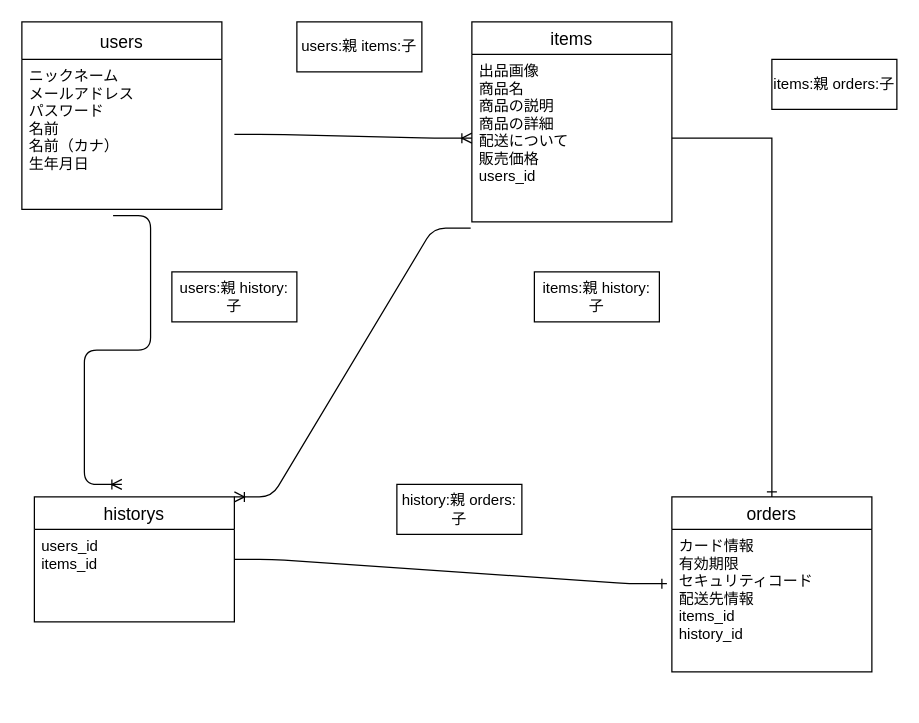
This is test.dio from KamiyamaShun/furima-33941, a draw.io file, before an edit. Source tidied: cells renumbered, new cells numbered last; positions are measured from the earlier drawing's top-left corner, leaving out a move shared by most shapes. Both pictures are drawn from the tidied source at 125%, with x=0, y=0 at pixel (21, 21).
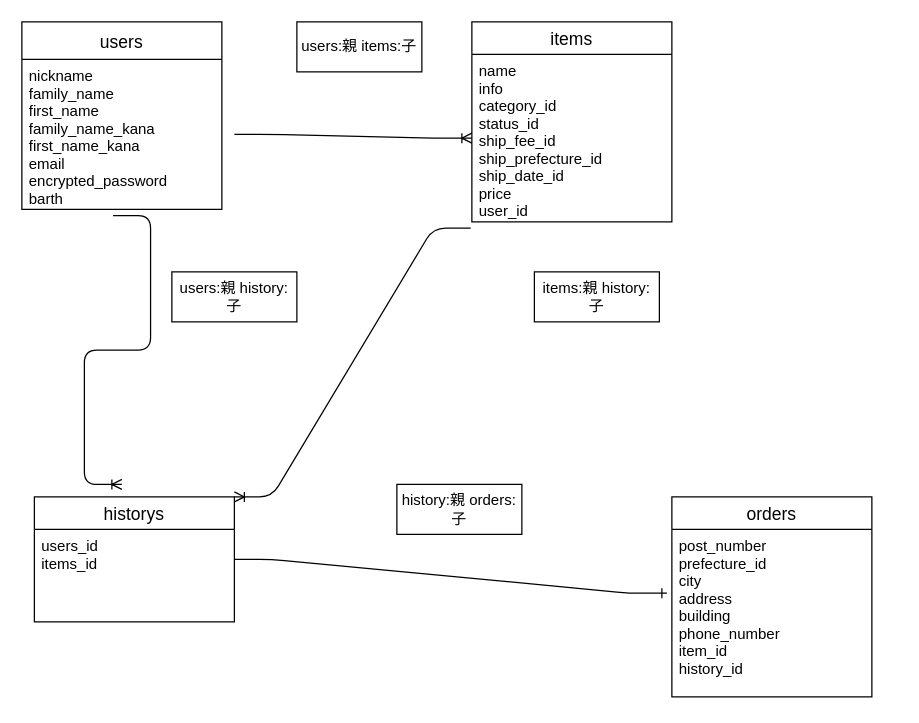
The same page after the edit.

The change refers to these unchanged cells:
```xml
<mxCell id="3" value="items" style="swimlane;fontStyle=0;horizontal=1;startSize=26;align=center;fontSize=14;" parent="1" vertex="1">
  <mxGeometry x="360" width="160" height="160" as="geometry" />
</mxCell>
```

The edit, as a diff of the source:
```diff
@@
-    <mxCell id="4" value="出品画像&#10;商品名&#10;商品の説明&#10;商品の詳細&#10;配送について&#10;販売価格&#10;users_id" style="text;strokeColor=none;fillColor=none;spacingLeft=4;spacingRight=4;overflow=hidden;points=[[0,0.5],[1,0.5]];portConstraint=eastwest;fontSize=12;" parent="3" vertex="1">
+    <mxCell id="4" value="name&#10;info&#10;category_id&#10;status_id&#10;ship_fee_id&#10;ship_prefecture_id&#10;ship_date_id&#10;price&#10;user_id" style="text;strokeColor=none;fillColor=none;spacingLeft=4;spacingRight=4;overflow=hidden;points=[[0,0.5],[1,0.5]];portConstraint=eastwest;fontSize=12;" parent="3" vertex="1">
       <mxGeometry y="26" width="160" height="134" as="geometry" />
     </mxCell>
     <mxCell id="5" value="orders" style="swimlane;fontStyle=0;horizontal=1;startSize=26;align=center;fontSize=14;" parent="1" vertex="1">
-      <mxGeometry x="520" y="380" width="160" height="140" as="geometry" />
+      <mxGeometry x="520" y="380" width="160" height="160" as="geometry" />
     </mxCell>
-    <mxCell id="6" value="カード情報&#10;有効期限&#10;セキュリティコード&#10;配送先情報&#10;items_id&#10;history_id&#10;&#10;" style="text;strokeColor=none;fillColor=none;spacingLeft=4;spacingRight=4;overflow=hidden;points=[[0,0.5],[1,0.5]];portConstraint=eastwest;fontSize=12;" parent="5" vertex="1">
-      <mxGeometry y="26" width="160" height="114" as="geometry" />
+    <mxCell id="6" value="post_number&#10;prefecture_id&#10;city&#10;address&#10;building&#10;phone_number&#10;item_id&#10;history_id" style="text;strokeColor=none;fillColor=none;spacingLeft=4;spacingRight=4;overflow=hidden;points=[[0,0.5],[1,0.5]];portConstraint=eastwest;fontSize=12;" parent="5" vertex="1">
+      <mxGeometry y="26" width="160" height="134" as="geometry" />
     </mxCell>
-    <mxCell id="7" value="ニックネーム&#10;メールアドレス&#10;パスワード&#10;名前&#10;名前（カナ）&#10;生年月日&#10;" style="text;strokeColor=none;fillColor=none;spacingLeft=4;spacingRight=4;overflow=hidden;points=[[0,0.5],[1,0.5]];portConstraint=eastwest;fontSize=12;" parent="1" vertex="1">
+    <mxCell id="7" value="nickname&#10;family_name&#10;first_name&#10;family_name_kana&#10;first_name_kana&#10;email&#10;encrypted_password&#10;barth" style="text;strokeColor=none;fillColor=none;spacingLeft=4;spacingRight=4;overflow=hidden;points=[[0,0.5],[1,0.5]];portConstraint=eastwest;fontSize=12;" parent="1" vertex="1">
       <mxGeometry y="30" width="160" height="120" as="geometry" />
     </mxCell>
-    <mxCell id="8" style="edgeStyle=orthogonalEdgeStyle;rounded=0;jettySize=auto;html=1;entryX=0.5;entryY=0;entryDx=0;entryDy=0;endArrow=ERone;endFill=0;" parent="1" edge="1" source="4" target="5">
-      <mxGeometry relative="1" as="geometry" />
-    </mxCell>
@@
-    <mxCell id="12" value="items:親 orders:子" style="whiteSpace=wrap;html=1;align=center;" parent="1" vertex="1">
-      <mxGeometry x="600" y="30" width="100" height="40" as="geometry" />
-    </mxCell>
```
